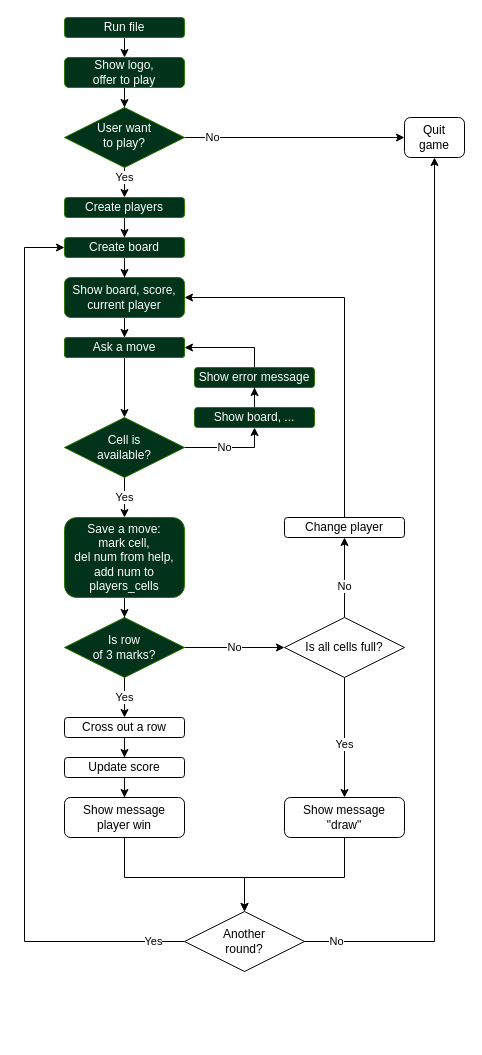
The draw.io diagram flowchart.drawio in k-yakovlev/tic-tac-toe, before the edit. Source tidied: cells renumbered, new cells numbered last; positions are measured from the earlier drawing's top-left corner, leaving out a move shared by most shapes. Both pictures are drawn from the tidied source at 100%, with x=0, y=0 at pixel (24, 17).
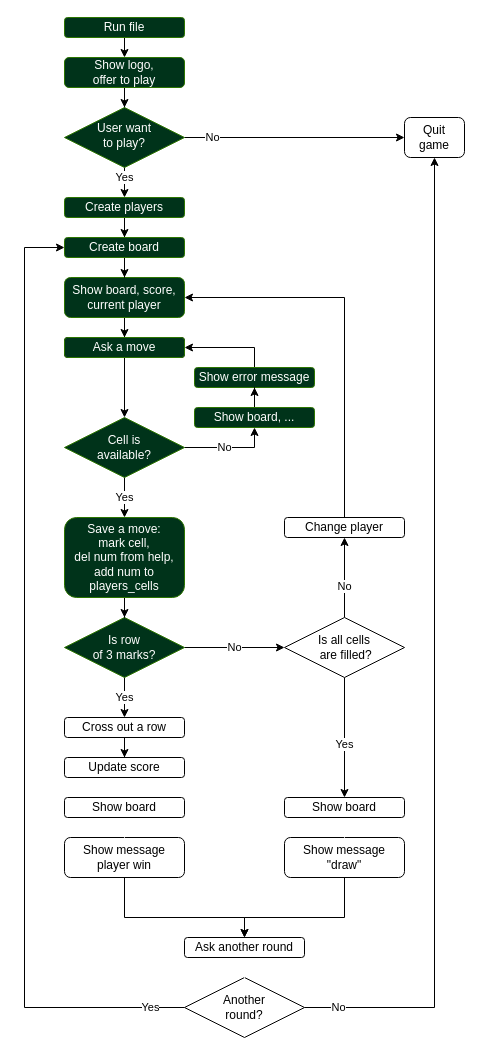
Above is the later version.

Unchanged cells that the change refers to:
```xml
<mxCell id="31" value="Update score" style="whiteSpace=wrap;html=1;rounded=1;" parent="1" vertex="1">
  <mxGeometry x="40" y="740" width="120" height="20" as="geometry" />
</mxCell>
<mxCell id="40" value="Create board" style="rounded=1;whiteSpace=wrap;html=1;strokeColor=#2D7600;fontColor=#ffffff;fillColor=#00331A;" parent="1" vertex="1">
  <mxGeometry x="40" y="220" width="120" height="20" as="geometry" />
</mxCell>
```

Diff of the diagram source:
```diff
@@
-    <mxCell id="18" value="Yes" style="edgeStyle=orthogonalEdgeStyle;rounded=0;jettySize=auto;html=1;" parent="1" edge="1" source="19" target="33">
+    <mxCell id="18" value="Yes" style="edgeStyle=orthogonalEdgeStyle;rounded=0;jettySize=auto;html=1;entryX=0.5;entryY=0;entryDx=0;entryDy=0;" parent="1" edge="1" source="19" target="51">
       <mxGeometry x="0.11" relative="1" as="geometry" />
     </mxCell>
-    <mxCell id="19" value="Is all cells full?" style="rhombus;whiteSpace=wrap;html=1;" parent="1" vertex="1">
+    <mxCell id="19" value="Is all cells&lt;br&gt;&amp;nbsp;are filled?" style="rhombus;whiteSpace=wrap;html=1;" parent="1" vertex="1">
       <mxGeometry x="260" y="600" width="120" height="60" as="geometry" />
     </mxCell>
@@
-    <mxCell id="30" style="edgeStyle=orthogonalEdgeStyle;rounded=0;jettySize=auto;html=1;" parent="1" edge="1" source="31" target="38">
-      <mxGeometry relative="1" as="geometry" />
-    </mxCell>
+    <mxCell id="47" style="edgeStyle=orthogonalEdgeStyle;rounded=0;jettySize=auto;html=1;entryX=0.5;entryY=0;entryDx=0;entryDy=0;strokeColor=#FFFFFF;" parent="1" edge="1" source="31" target="49">
+      <mxGeometry relative="1" as="geometry" />
+    </mxCell>
@@
-    <mxCell id="32" style="edgeStyle=orthogonalEdgeStyle;rounded=0;jettySize=auto;html=1;entryX=0.5;entryY=0;entryDx=0;entryDy=0;" parent="1" edge="1" source="33" target="36">
+    <mxCell id="32" style="edgeStyle=orthogonalEdgeStyle;rounded=0;jettySize=auto;html=1;entryX=0.5;entryY=0;entryDx=0;entryDy=0;" parent="1" edge="1" source="33" target="53">
       <mxGeometry relative="1" as="geometry">
         <Array as="points">
-          <mxPoint x="320" y="860" />
-          <mxPoint x="220" y="860" />
+          <mxPoint x="320" y="900" />
+          <mxPoint x="220" y="900" />
         </Array>
       </mxGeometry>
     </mxCell>
     <mxCell id="33" value="Show message&lt;br&gt;&quot;draw&quot;" style="whiteSpace=wrap;html=1;rounded=1;" parent="1" vertex="1">
-      <mxGeometry x="260" y="780" width="120" height="40" as="geometry" />
+      <mxGeometry x="260" y="820" width="120" height="40" as="geometry" />
     </mxCell>
@@
     <mxCell id="35" value="Yes" style="edgeStyle=orthogonalEdgeStyle;rounded=0;jettySize=auto;html=1;exitX=0;exitY=0.5;exitDx=0;exitDy=0;entryX=0;entryY=0.5;entryDx=0;entryDy=0;" parent="1" edge="1" source="36" target="40">
       <mxGeometry x="-0.93" relative="1" as="geometry">
         <Array as="points">
-          <mxPoint y="924" />
+          <mxPoint y="990" />
           <mxPoint y="230" />
         </Array>
       </mxGeometry>
     </mxCell>
     <mxCell id="36" value="Another &lt;br&gt;round?" style="rhombus;whiteSpace=wrap;html=1;" parent="1" vertex="1">
-      <mxGeometry x="160" y="894" width="120" height="60" as="geometry" />
+      <mxGeometry x="160" y="960" width="120" height="60" as="geometry" />
     </mxCell>
-    <mxCell id="37" style="edgeStyle=orthogonalEdgeStyle;rounded=0;jettySize=auto;html=1;" parent="1" edge="1" source="38" target="36">
+    <mxCell id="37" style="edgeStyle=orthogonalEdgeStyle;rounded=0;jettySize=auto;html=1;entryX=0.5;entryY=0;entryDx=0;entryDy=0;" parent="1" edge="1" source="38" target="53">
       <mxGeometry relative="1" as="geometry">
         <Array as="points">
-          <mxPoint x="100" y="860" />
-          <mxPoint x="220" y="860" />
+          <mxPoint x="100" y="900" />
+          <mxPoint x="220" y="900" />
         </Array>
       </mxGeometry>
     </mxCell>
     <mxCell id="38" value="Show message&lt;br&gt;player win" style="whiteSpace=wrap;html=1;rounded=1;" parent="1" vertex="1">
-      <mxGeometry x="40" y="780" width="120" height="40" as="geometry" />
+      <mxGeometry x="40" y="820" width="120" height="40" as="geometry" />
     </mxCell>
@@
+    <mxCell id="48" style="edgeStyle=orthogonalEdgeStyle;rounded=0;jettySize=auto;html=1;entryX=0.5;entryY=0;entryDx=0;entryDy=0;strokeColor=#FFFFFF;" parent="1" edge="1" source="49" target="38">
+      <mxGeometry relative="1" as="geometry" />
+    </mxCell>
+    <mxCell id="49" value="Show board" style="whiteSpace=wrap;html=1;rounded=1;" parent="1" vertex="1">
+      <mxGeometry x="40" y="780" width="120" height="20" as="geometry" />
+    </mxCell>
+    <mxCell id="50" style="edgeStyle=orthogonalEdgeStyle;rounded=0;jettySize=auto;html=1;entryX=0.5;entryY=0;entryDx=0;entryDy=0;strokeColor=#FFFFFF;" parent="1" edge="1" source="51" target="33">
+      <mxGeometry relative="1" as="geometry" />
+    </mxCell>
+    <mxCell id="51" value="Show board" style="whiteSpace=wrap;html=1;rounded=1;" parent="1" vertex="1">
+      <mxGeometry x="260" y="780" width="120" height="20" as="geometry" />
+    </mxCell>
+    <mxCell id="52" style="edgeStyle=orthogonalEdgeStyle;rounded=0;jettySize=auto;html=1;entryX=0.5;entryY=0;entryDx=0;entryDy=0;strokeColor=#FFFFFF;" parent="1" edge="1" source="53" target="36">
+      <mxGeometry relative="1" as="geometry" />
+    </mxCell>
+    <mxCell id="53" value="Ask another round" style="whiteSpace=wrap;html=1;rounded=1;" parent="1" vertex="1">
+      <mxGeometry x="160" y="920" width="120" height="20" as="geometry" />
+    </mxCell>
```
